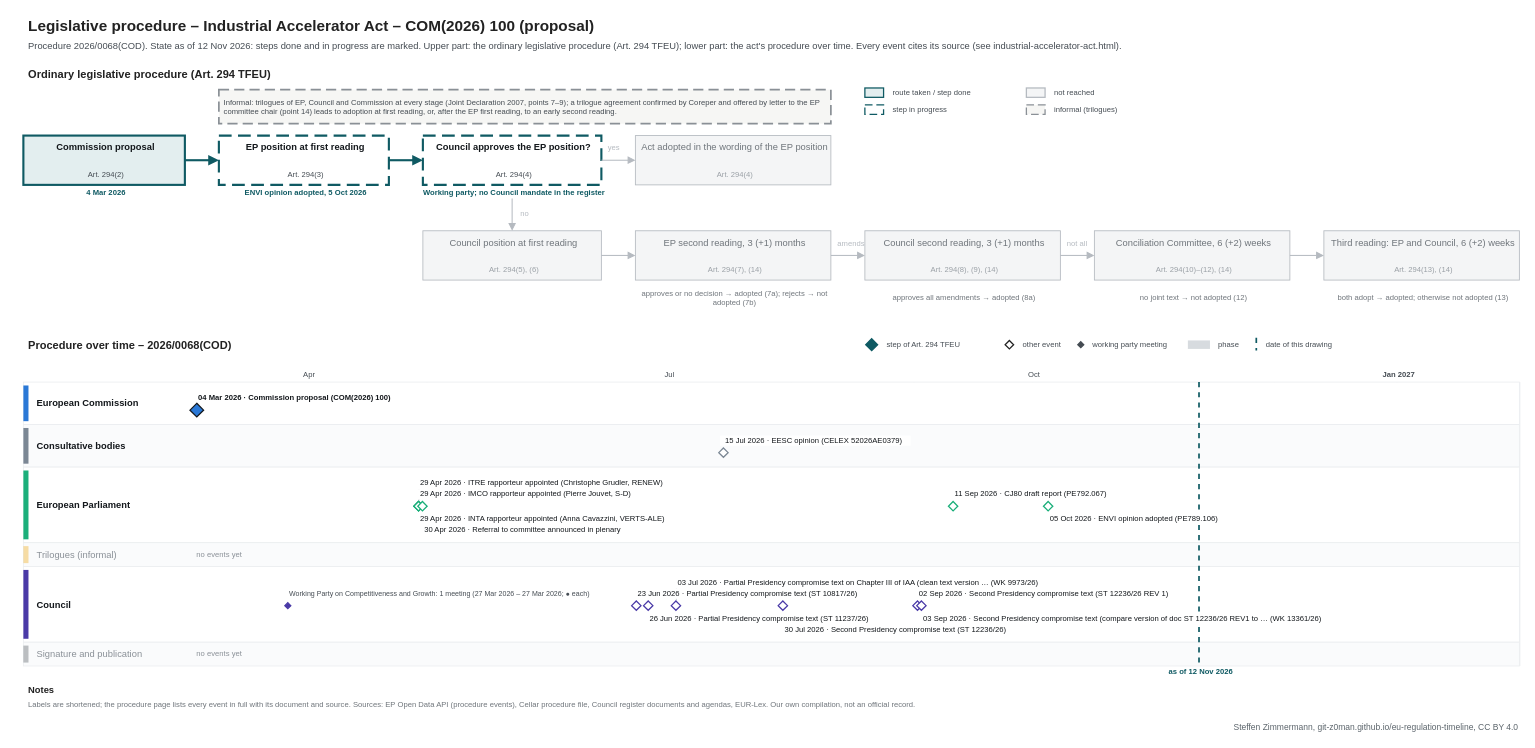
Earlier version of the draw.io diagram procedures/industrial-accelerator-act.drawio (git-z0man/eu-regulation-timeline). Source tidied: cells renumbered, new cells numbered last; positions are measured from the earlier drawing's top-left corner, leaving out a move shared by most shapes. Both pictures are drawn from the tidied source at 85%, with x=0, y=0 at pixel (14, 14).
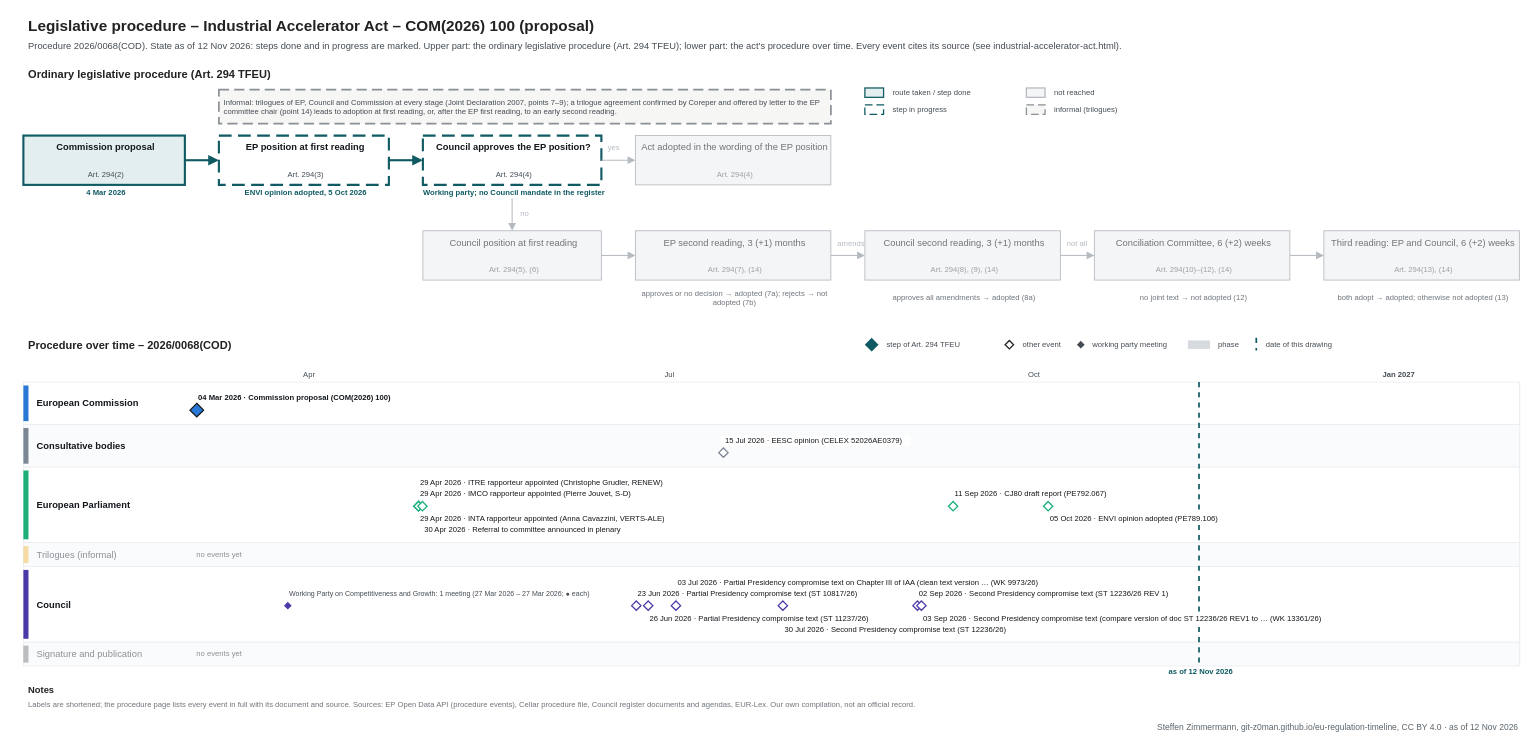
The same page after the edit.

What changed in the source:
```diff
@@
-    <mxCell id="146" value="Steffen Zimmermann, git-z0man.github.io/eu-regulation-timeline, CC BY 4.0" style="text;html=1;fontSize=10;fontColor=#5b646b;align=right;verticalAlign=middle;spacingLeft=4;" parent="1" vertex="1">
+    <mxCell id="146" value="Steffen Zimmermann, git-z0man.github.io/eu-regulation-timeline, CC BY 4.0 · as of 12 Nov 2026" style="text;html=1;fontSize=10;fontColor=#5b646b;align=right;verticalAlign=middle;spacingLeft=4;" parent="1" vertex="1">
       <mxGeometry x="10" y="830" width="1760" height="16" as="geometry" />
     </mxCell>
```
